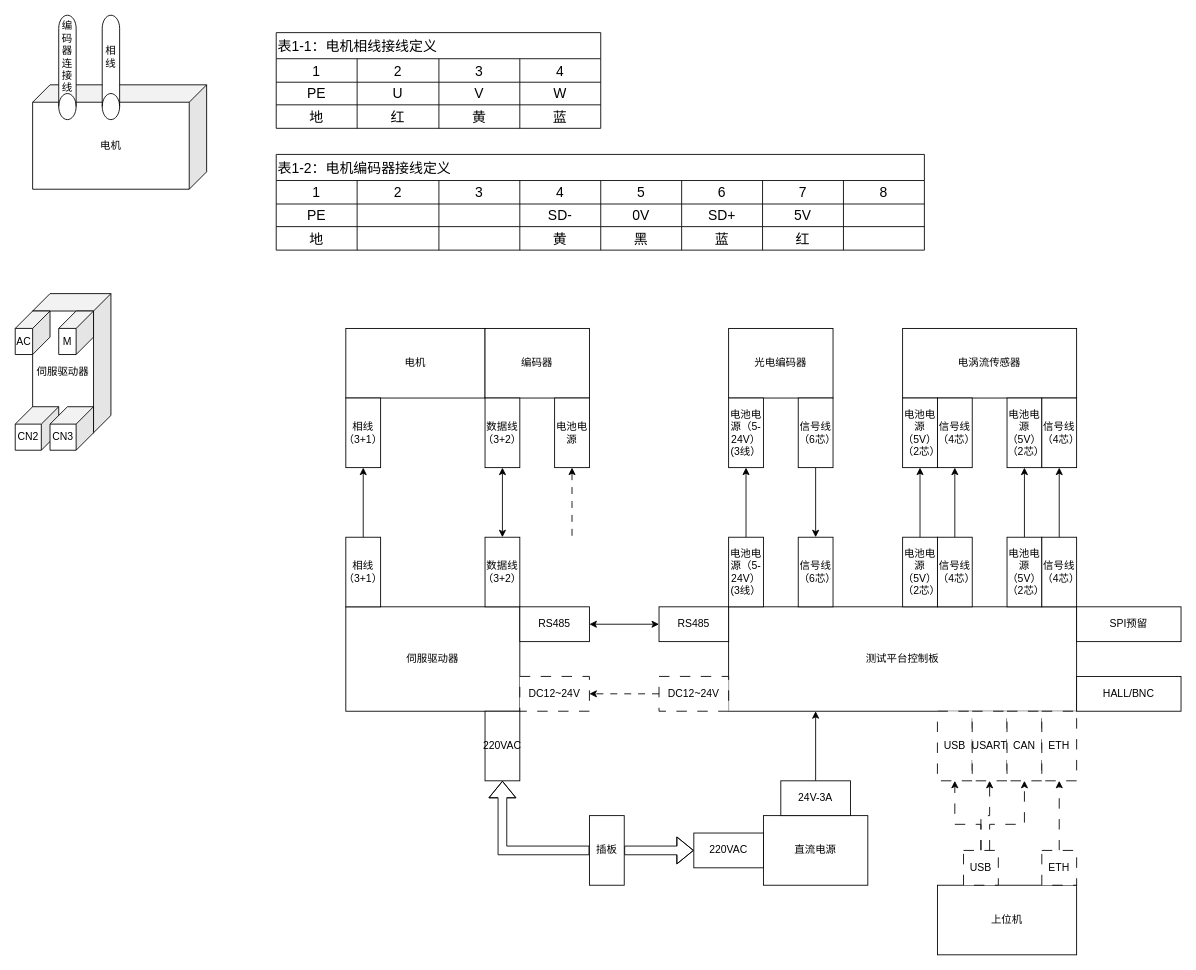
Above: page "接线说明" (2 of 2) of 电涡流测试平台.drawio in dchangsheng/drawio (draw.io), before the change. Source tidied: cells renumbered, new cells numbered last; positions are measured from the earlier drawing's top-left corner, leaving out a move shared by most shapes. Both pictures are drawn from the tidied source at 87%, with x=0, y=0 at pixel (15, 15).
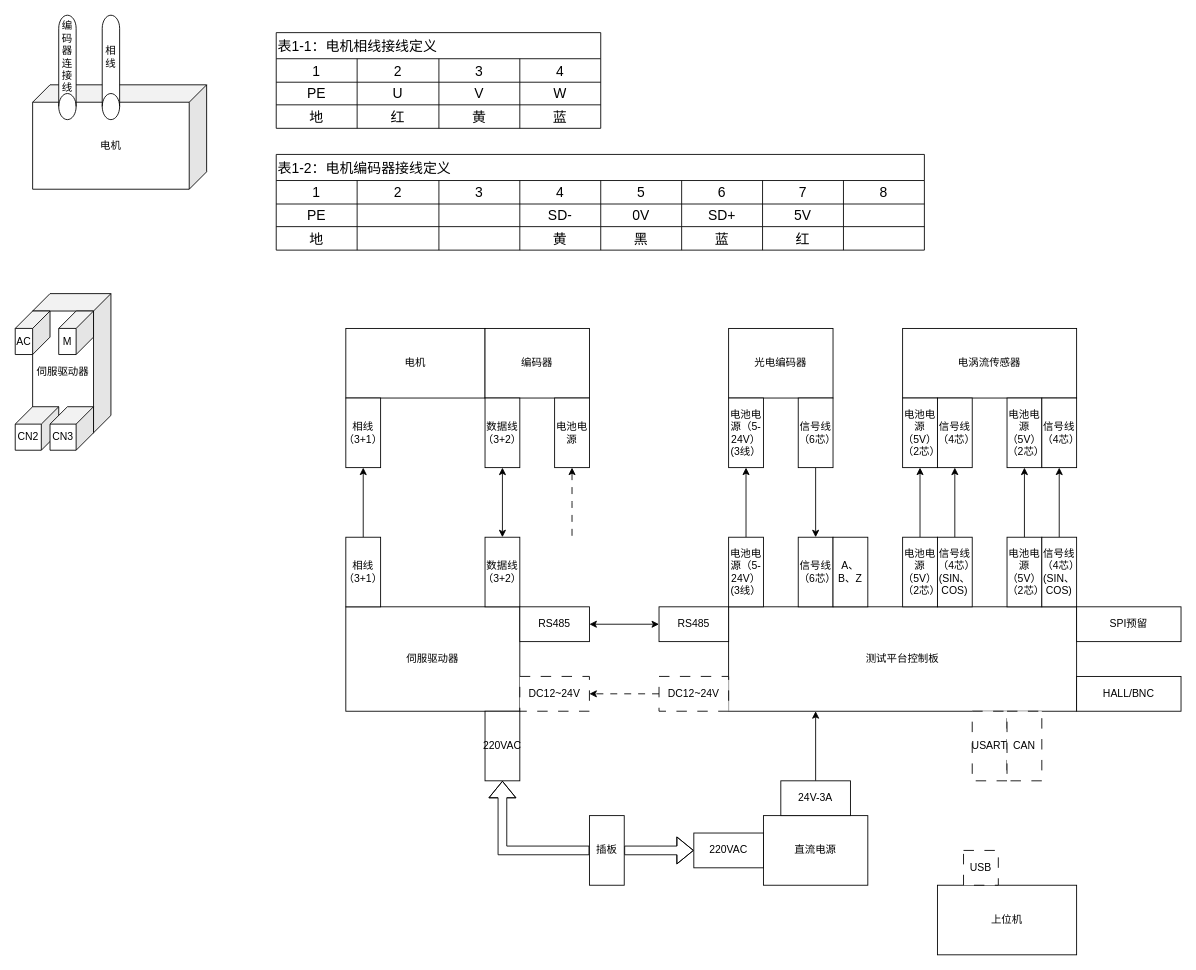
Above is the later version.

Commit message:
更新电涡流测试平台.drawio

Unchanged cells that the change refers to:
```xml
<mxCell id="97" value="USART" style="rounded=0;whiteSpace=wrap;html=1;dashed=1;dashPattern=12 12;" parent="1" vertex="1">
  <mxGeometry x="1100" y="800" width="40" height="80" as="geometry" />
</mxCell>
<mxCell id="98" value="CAN" style="rounded=0;whiteSpace=wrap;html=1;dashed=1;dashPattern=12 12;" parent="1" vertex="1">
  <mxGeometry x="1140" y="800" width="40" height="80" as="geometry" />
</mxCell>
<mxCell id="103" value="USB" style="rounded=0;whiteSpace=wrap;html=1;dashed=1;dashPattern=12 12;" parent="1" vertex="1">
  <mxGeometry x="1090" y="960" width="40" height="40" as="geometry" />
</mxCell>
```

Diff of the diagram source:
```diff
@@
-    <mxCell id="92" value="信号线&lt;div&gt;（4芯）&lt;/div&gt;" style="rounded=0;whiteSpace=wrap;html=1;" parent="1" vertex="1">
+    <mxCell id="92" value="信号线&lt;div&gt;（4芯）&lt;/div&gt;&lt;div&gt;(SIN、COS)&lt;/div&gt;" style="rounded=0;whiteSpace=wrap;html=1;" parent="1" vertex="1">
       <mxGeometry x="1060" y="600" width="40" height="80" as="geometry" />
     </mxCell>
@@
-    <mxCell id="94" value="信号线&lt;div&gt;（4芯）&lt;/div&gt;" style="rounded=0;whiteSpace=wrap;html=1;" parent="1" vertex="1">
+    <mxCell id="94" value="信号线&lt;div&gt;（4芯）&lt;/div&gt;&lt;div&gt;(SIN、COS)&lt;/div&gt;" style="rounded=0;whiteSpace=wrap;html=1;" parent="1" vertex="1">
       <mxGeometry x="1180" y="600" width="40" height="80" as="geometry" />
     </mxCell>
@@
-    <mxCell id="96" value="USB" style="rounded=0;whiteSpace=wrap;html=1;dashed=1;dashPattern=12 12;" parent="1" vertex="1">
-      <mxGeometry x="1060" y="800" width="40" height="80" as="geometry" />
-    </mxCell>
@@
-    <mxCell id="99" value="ETH" style="rounded=0;whiteSpace=wrap;html=1;dashed=1;dashPattern=12 12;" parent="1" vertex="1">
-      <mxGeometry x="1180" y="800" width="40" height="80" as="geometry" />
-    </mxCell>
-    <mxCell id="100" style="edgeStyle=orthogonalEdgeStyle;rounded=0;jettySize=auto;html=1;entryX=0.5;entryY=1;entryDx=0;entryDy=0;dashed=1;dashPattern=12 12;" parent="1" edge="1" source="103" target="96">
-      <mxGeometry relative="1" as="geometry">
-        <Array as="points">
-          <mxPoint x="1080" y="930" />
-          <mxPoint x="1000" y="930" />
-        </Array>
-      </mxGeometry>
-    </mxCell>
-    <mxCell id="101" style="edgeStyle=orthogonalEdgeStyle;rounded=0;jettySize=auto;html=1;entryX=0.5;entryY=1;entryDx=0;entryDy=0;dashed=1;dashPattern=12 12;" parent="1" edge="1" source="103" target="97">
-      <mxGeometry relative="1" as="geometry" />
-    </mxCell>
-    <mxCell id="102" style="edgeStyle=orthogonalEdgeStyle;rounded=0;jettySize=auto;html=1;entryX=0.5;entryY=1;entryDx=0;entryDy=0;dashed=1;dashPattern=12 12;" parent="1" edge="1" source="103" target="98">
-      <mxGeometry relative="1" as="geometry">
-        <Array as="points">
-          <mxPoint x="1120" y="930" />
-          <mxPoint x="1160" y="930" />
-        </Array>
-      </mxGeometry>
-    </mxCell>
@@
-    <mxCell id="104" style="edgeStyle=orthogonalEdgeStyle;rounded=0;jettySize=auto;html=1;dashed=1;dashPattern=12 12;" parent="1" edge="1" source="105" target="99">
-      <mxGeometry relative="1" as="geometry" />
-    </mxCell>
-    <mxCell id="105" value="ETH" style="rounded=0;whiteSpace=wrap;html=1;dashed=1;dashPattern=12 12;" parent="1" vertex="1">
-      <mxGeometry x="1180" y="960" width="40" height="40" as="geometry" />
-    </mxCell>
@@
+    <mxCell id="114" value="A、B、Z" style="rounded=0;whiteSpace=wrap;html=1;" parent="1" vertex="1">
+      <mxGeometry x="940" y="600" width="40" height="80" as="geometry" />
+    </mxCell>
```
